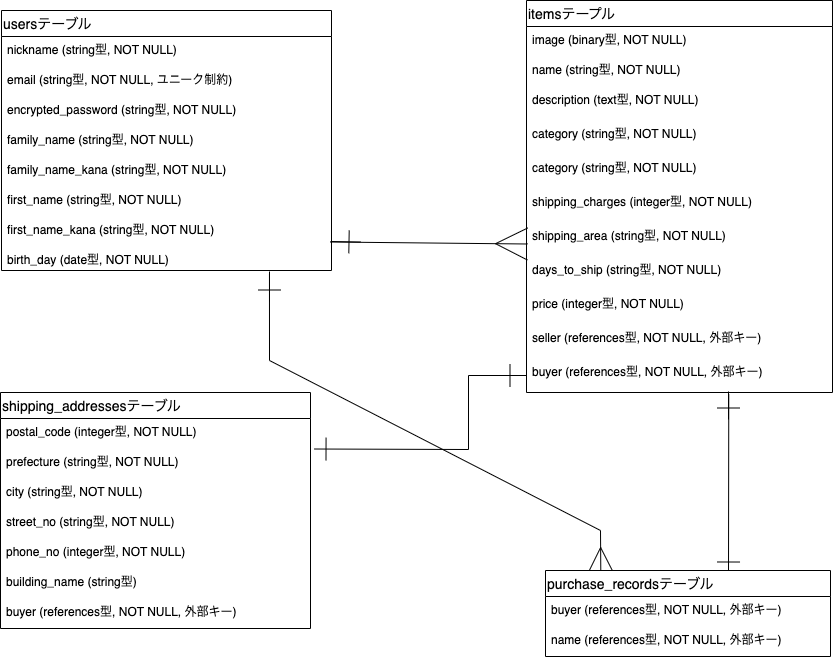
DrizzleMoelay/furima-38099 keeps this draw.io diagram as furimaER図.png. Above is the earlier version. Source tidied: cells renumbered, new cells last; positions are measured from the earlier drawing's top-left corner, leaving out a move shared by most shapes.
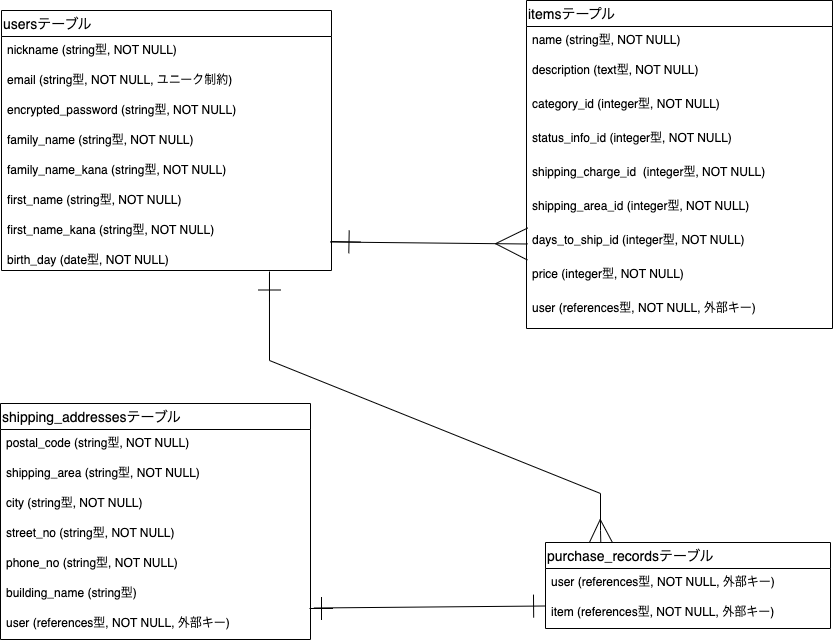
The same file after the commit.

The edit, as a diff of the source:
```diff
@@ -6,6 +6,7 @@
       <mxGeometry relative="1" as="geometry">
         <Array as="points">
           <mxPoint x="269" y="360" />
+          <mxPoint x="600" y="493" />
           <mxPoint x="600" y="530" />
         </Array>
       </mxGeometry>
@@ -43,60 +44,43 @@
     <mxCell id="12" value="birth_day (date型, NOT NULL)" style="text;strokeColor=none;fillColor=none;spacingLeft=4;spacingRight=4;overflow=hidden;points=[[0,0.5],[1,0.5]];portConstraint=eastwest;fontSize=12;" parent="4" vertex="1">
       <mxGeometry y="236" width="330" height="24" as="geometry" />
     </mxCell>
-    <mxCell id="13" style="edgeStyle=none;rounded=0;html=1;endArrow=ERone;endFill=0;startSize=16;endSize=21;sourcePerimeterSpacing=0;targetPerimeterSpacing=0;strokeWidth=1;exitX=0.661;exitY=1.044;exitDx=0;exitDy=0;exitPerimeter=0;" parent="1" edge="1" source="26">
-      <mxGeometry relative="1" as="geometry">
-        <mxPoint x="728" y="573" as="targetPoint" />
-      </mxGeometry>
-    </mxCell>
-    <mxCell id="14" style="edgeStyle=none;rounded=0;html=1;endArrow=ERone;endFill=0;startSize=16;endSize=21;sourcePerimeterSpacing=0;targetPerimeterSpacing=0;strokeWidth=1;" parent="1" edge="1">
-      <mxGeometry relative="1" as="geometry">
-        <mxPoint x="728" y="391" as="sourcePoint" />
-        <mxPoint x="728" y="419" as="targetPoint" />
-      </mxGeometry>
-    </mxCell>
     <mxCell id="15" value="itemsテープル" style="swimlane;fontStyle=0;horizontal=1;startSize=26;align=left;fontSize=14;labelBackgroundColor=default;" parent="1" vertex="1">
-      <mxGeometry x="526" width="306" height="392" as="geometry" />
+      <mxGeometry x="526" width="306" height="328" as="geometry" />
     </mxCell>
-    <mxCell id="16" value="image (binary型, NOT NULL)" style="text;strokeColor=none;fillColor=none;spacingLeft=4;spacingRight=4;overflow=hidden;fontSize=12;" parent="15" vertex="1">
-      <mxGeometry y="26" width="306" height="30" as="geometry" />
-    </mxCell>
     <mxCell id="17" value="name (string型, NOT NULL)" style="text;strokeColor=none;fillColor=none;spacingLeft=4;spacingRight=4;overflow=hidden;fontSize=12;" parent="15" vertex="1">
-      <mxGeometry y="56" width="306" height="30" as="geometry" />
+      <mxGeometry y="26" width="306" height="30" as="geometry" />
     </mxCell>
     <mxCell id="18" value="description (text型, NOT NULL)" style="text;strokeColor=none;fillColor=none;spacingLeft=4;spacingRight=4;overflow=hidden;fontSize=12;labelBackgroundColor=none;" parent="15" vertex="1">
-      <mxGeometry y="86" width="306" height="34" as="geometry" />
+      <mxGeometry y="56" width="306" height="34" as="geometry" />
     </mxCell>
-    <mxCell id="19" value="category (string型, NOT NULL)" style="text;strokeColor=none;fillColor=none;spacingLeft=4;spacingRight=4;overflow=hidden;fontSize=12;labelBackgroundColor=none;" parent="15" vertex="1">
-      <mxGeometry y="120" width="306" height="34" as="geometry" />
+    <mxCell id="19" value="category_id (integer型, NOT NULL)" style="text;strokeColor=none;fillColor=none;spacingLeft=4;spacingRight=4;overflow=hidden;fontSize=12;labelBackgroundColor=none;" parent="15" vertex="1">
+      <mxGeometry y="90" width="306" height="34" as="geometry" />
     </mxCell>
-    <mxCell id="20" value="category (string型, NOT NULL)" style="text;strokeColor=none;fillColor=none;spacingLeft=4;spacingRight=4;overflow=hidden;fontSize=12;labelBackgroundColor=none;" parent="15" vertex="1">
-      <mxGeometry y="154" width="306" height="34" as="geometry" />
+    <mxCell id="20" value="status_info_id (integer型, NOT NULL)" style="text;strokeColor=none;fillColor=none;spacingLeft=4;spacingRight=4;overflow=hidden;fontSize=12;labelBackgroundColor=none;" parent="15" vertex="1">
+      <mxGeometry y="124" width="306" height="34" as="geometry" />
     </mxCell>
-    <mxCell id="21" value="shipping_charges (integer型, NOT NULL)" style="text;strokeColor=none;fillColor=none;spacingLeft=4;spacingRight=4;overflow=hidden;fontSize=12;" parent="15" vertex="1">
-      <mxGeometry y="188" width="306" height="34" as="geometry" />
+    <mxCell id="21" value="shipping_charge_id  (integer型, NOT NULL)" style="text;strokeColor=none;fillColor=none;spacingLeft=4;spacingRight=4;overflow=hidden;fontSize=12;" parent="15" vertex="1">
+      <mxGeometry y="158" width="306" height="34" as="geometry" />
     </mxCell>
-    <mxCell id="22" value="shipping_area (string型, NOT NULL)" style="text;strokeColor=none;fillColor=none;spacingLeft=4;spacingRight=4;overflow=hidden;fontSize=12;" parent="15" vertex="1">
-      <mxGeometry y="222" width="306" height="34" as="geometry" />
+    <mxCell id="22" value="shipping_area_id (integer型, NOT NULL)" style="text;strokeColor=none;fillColor=none;spacingLeft=4;spacingRight=4;overflow=hidden;fontSize=12;" parent="15" vertex="1">
+      <mxGeometry y="192" width="306" height="34" as="geometry" />
     </mxCell>
-    <mxCell id="23" value="days_to_ship (string型, NOT NULL)" style="text;strokeColor=none;fillColor=none;spacingLeft=4;spacingRight=4;overflow=hidden;fontSize=12;" parent="15" vertex="1">
-      <mxGeometry y="256" width="306" height="34" as="geometry" />
+    <mxCell id="23" value="days_to_ship_id (integer型, NOT NULL)" style="text;strokeColor=none;fillColor=none;spacingLeft=4;spacingRight=4;overflow=hidden;fontSize=12;" parent="15" vertex="1">
+      <mxGeometry y="226" width="306" height="34" as="geometry" />
     </mxCell>
     <mxCell id="24" value="price (integer型, NOT NULL)" style="text;strokeColor=none;fillColor=none;spacingLeft=4;spacingRight=4;overflow=hidden;fontSize=12;" parent="15" vertex="1">
-      <mxGeometry y="290" width="306" height="34" as="geometry" />
+      <mxGeometry y="260" width="306" height="34" as="geometry" />
     </mxCell>
-    <mxCell id="25" value="seller (references型, NOT NULL, 外部キー)" style="text;strokeColor=none;fillColor=none;spacingLeft=4;spacingRight=4;overflow=hidden;fontSize=12;" parent="15" vertex="1">
-      <mxGeometry y="324" width="306" height="34" as="geometry" />
+    <mxCell id="25" value="user (references型, NOT NULL, 外部キー)" style="text;strokeColor=none;fillColor=none;spacingLeft=4;spacingRight=4;overflow=hidden;fontSize=12;" parent="15" vertex="1">
+      <mxGeometry y="294" width="306" height="34" as="geometry" />
     </mxCell>
-    <mxCell id="26" value="buyer (references型, NOT NULL, 外部キー)" style="text;strokeColor=none;fillColor=none;spacingLeft=4;spacingRight=4;overflow=hidden;points=[[0,0.5],[1,0.5]];portConstraint=eastwest;fontSize=12;" parent="15" vertex="1">
-      <mxGeometry y="358" width="306" height="34" as="geometry" />
-    </mxCell>
     <mxCell id="27" value="shipping_addressesテーブル" style="swimlane;fontStyle=0;horizontal=1;startSize=26;align=left;fontSize=14;" parent="1" vertex="1">
-      <mxGeometry y="392" width="310" height="236" as="geometry" />
+      <mxGeometry y="403" width="310" height="236" as="geometry" />
     </mxCell>
-    <mxCell id="28" value="postal_code (integer型, NOT NULL)" style="text;strokeColor=none;fillColor=none;spacingLeft=4;spacingRight=4;overflow=hidden;fontSize=12;" parent="27" vertex="1">
+    <mxCell id="28" value="postal_code (string型, NOT NULL)" style="text;strokeColor=none;fillColor=none;spacingLeft=4;spacingRight=4;overflow=hidden;fontSize=12;" parent="27" vertex="1">
       <mxGeometry y="26" width="310" height="30" as="geometry" />
     </mxCell>
-    <mxCell id="29" value="prefecture (string型, NOT NULL)" style="text;strokeColor=none;fillColor=none;spacingLeft=4;spacingRight=4;overflow=hidden;points=[[0,0.5],[1,0.5]];portConstraint=eastwest;fontSize=12;" parent="27" vertex="1">
+    <mxCell id="29" value="shipping_area (string型, NOT NULL)" style="text;strokeColor=none;fillColor=none;spacingLeft=4;spacingRight=4;overflow=hidden;points=[[0,0.5],[1,0.5]];portConstraint=eastwest;fontSize=12;" parent="27" vertex="1">
       <mxGeometry y="56" width="310" height="30" as="geometry" />
     </mxCell>
     <mxCell id="30" value="city (string型, NOT NULL)" style="text;strokeColor=none;fillColor=none;spacingLeft=4;spacingRight=4;overflow=hidden;fontSize=12;" parent="27" vertex="1">
@@ -105,22 +89,22 @@
     <mxCell id="31" value="street_no (string型, NOT NULL)" style="text;strokeColor=none;fillColor=none;spacingLeft=4;spacingRight=4;overflow=hidden;fontSize=12;" parent="27" vertex="1">
       <mxGeometry y="116" width="310" height="30" as="geometry" />
     </mxCell>
-    <mxCell id="32" value="phone_no (integer型, NOT NULL)" style="text;strokeColor=none;fillColor=none;spacingLeft=4;spacingRight=4;overflow=hidden;fontSize=12;" parent="27" vertex="1">
+    <mxCell id="32" value="phone_no (string型, NOT NULL)" style="text;strokeColor=none;fillColor=none;spacingLeft=4;spacingRight=4;overflow=hidden;fontSize=12;" parent="27" vertex="1">
       <mxGeometry y="146" width="310" height="30" as="geometry" />
     </mxCell>
     <mxCell id="33" value="building_name (string型)" style="text;strokeColor=none;fillColor=none;spacingLeft=4;spacingRight=4;overflow=hidden;fontSize=12;" parent="27" vertex="1">
       <mxGeometry y="176" width="310" height="30" as="geometry" />
     </mxCell>
-    <mxCell id="34" value="buyer (references型, NOT NULL, 外部キー)" style="text;strokeColor=none;fillColor=none;spacingLeft=4;spacingRight=4;overflow=hidden;points=[[0,0.5],[1,0.5]];portConstraint=eastwest;fontSize=12;" parent="27" vertex="1">
+    <mxCell id="34" value="user (references型, NOT NULL, 外部キー)" style="text;strokeColor=none;fillColor=none;spacingLeft=4;spacingRight=4;overflow=hidden;points=[[0,0.5],[1,0.5]];portConstraint=eastwest;fontSize=12;" parent="27" vertex="1">
       <mxGeometry y="206" width="310" height="30" as="geometry" />
     </mxCell>
     <mxCell id="35" value="purchase_recordsテーブル" style="swimlane;fontStyle=0;horizontal=1;startSize=26;align=left;fontSize=14;" parent="1" vertex="1">
-      <mxGeometry x="545" y="570" width="285" height="86" as="geometry" />
+      <mxGeometry x="545" y="542" width="285" height="86" as="geometry" />
     </mxCell>
-    <mxCell id="36" value="buyer (references型, NOT NULL, 外部キー)" style="text;strokeColor=none;fillColor=none;spacingLeft=4;spacingRight=4;overflow=hidden;fontSize=12;" parent="35" vertex="1">
+    <mxCell id="36" value="user (references型, NOT NULL, 外部キー)" style="text;strokeColor=none;fillColor=none;spacingLeft=4;spacingRight=4;overflow=hidden;fontSize=12;" parent="35" vertex="1">
       <mxGeometry y="26" width="285" height="30" as="geometry" />
     </mxCell>
-    <mxCell id="37" value="name (references型, NOT NULL, 外部キー)" style="text;strokeColor=none;fillColor=none;spacingLeft=4;spacingRight=4;overflow=hidden;fontSize=12;" parent="35" vertex="1">
+    <mxCell id="37" value="item (references型, NOT NULL, 外部キー)" style="text;strokeColor=none;fillColor=none;spacingLeft=4;spacingRight=4;overflow=hidden;fontSize=12;" parent="35" vertex="1">
       <mxGeometry y="56" width="285" height="30" as="geometry" />
     </mxCell>
     <mxCell id="38" style="edgeStyle=none;rounded=0;html=1;endArrow=ERone;endFill=0;startSize=16;endSize=21;sourcePerimeterSpacing=0;strokeWidth=1;" parent="1" edge="1">
@@ -129,24 +113,22 @@
         <mxPoint x="360" y="241.5" as="targetPoint" />
       </mxGeometry>
     </mxCell>
-    <mxCell id="39" style="edgeStyle=none;rounded=0;html=1;endArrow=ERone;endFill=0;startSize=16;endSize=21;sourcePerimeterSpacing=0;strokeWidth=1;entryX=1.013;entryY=0.017;entryDx=0;entryDy=0;entryPerimeter=0;targetPerimeterSpacing=0;" parent="1" edge="1" source="26" target="29">
-      <mxGeometry relative="1" as="geometry">
-        <Array as="points">
-          <mxPoint x="468" y="375" />
-          <mxPoint x="468" y="449" />
-        </Array>
-      </mxGeometry>
-    </mxCell>
-    <mxCell id="40" style="edgeStyle=none;rounded=0;html=1;endArrow=ERone;endFill=0;startSize=16;endSize=21;sourcePerimeterSpacing=0;strokeWidth=1;" parent="1" edge="1" source="26">
-      <mxGeometry relative="1" as="geometry">
-        <mxPoint x="498" y="375" as="targetPoint" />
-      </mxGeometry>
-    </mxCell>
     <mxCell id="41" style="edgeStyle=none;html=1;entryX=-0.012;entryY=0.603;entryDx=0;entryDy=0;entryPerimeter=0;endArrow=ERmany;endFill=0;rounded=0;endSize=30;strokeWidth=1;startSize=16;sourcePerimeterSpacing=0;exitX=0.997;exitY=0.604;exitDx=0;exitDy=0;exitPerimeter=0;" parent="1" edge="1">
       <mxGeometry relative="1" as="geometry">
         <mxPoint x="330" y="241.5" as="sourcePoint" />
         <mxPoint x="527" y="243.5" as="targetPoint" />
       </mxGeometry>
     </mxCell>
+    <mxCell id="42" style="edgeStyle=none;rounded=0;html=1;fontColor=#F0F0F0;endArrow=ERone;endFill=0;startSize=16;endSize=21;sourcePerimeterSpacing=0;targetPerimeterSpacing=0;strokeWidth=1;entryX=-0.012;entryY=0.25;entryDx=0;entryDy=0;entryPerimeter=0;exitX=1.011;exitY=-0.05;exitDx=0;exitDy=0;exitPerimeter=0;" parent="1" edge="1" source="34">
+      <mxGeometry relative="1" as="geometry">
+        <mxPoint x="544.6" y="605.5" as="targetPoint" />
+      </mxGeometry>
+    </mxCell>
+    <mxCell id="43" style="edgeStyle=none;rounded=0;html=1;fontColor=#F0F0F0;endArrow=ERone;endFill=0;startSize=16;endSize=21;sourcePerimeterSpacing=0;targetPerimeterSpacing=0;strokeWidth=1;" parent="1" edge="1">
+      <mxGeometry relative="1" as="geometry">
+        <mxPoint x="309" y="608" as="sourcePoint" />
+        <mxPoint x="332.5" y="608" as="targetPoint" />
+      </mxGeometry>
+    </mxCell>
   </root>
 </mxGraphModel>
```
